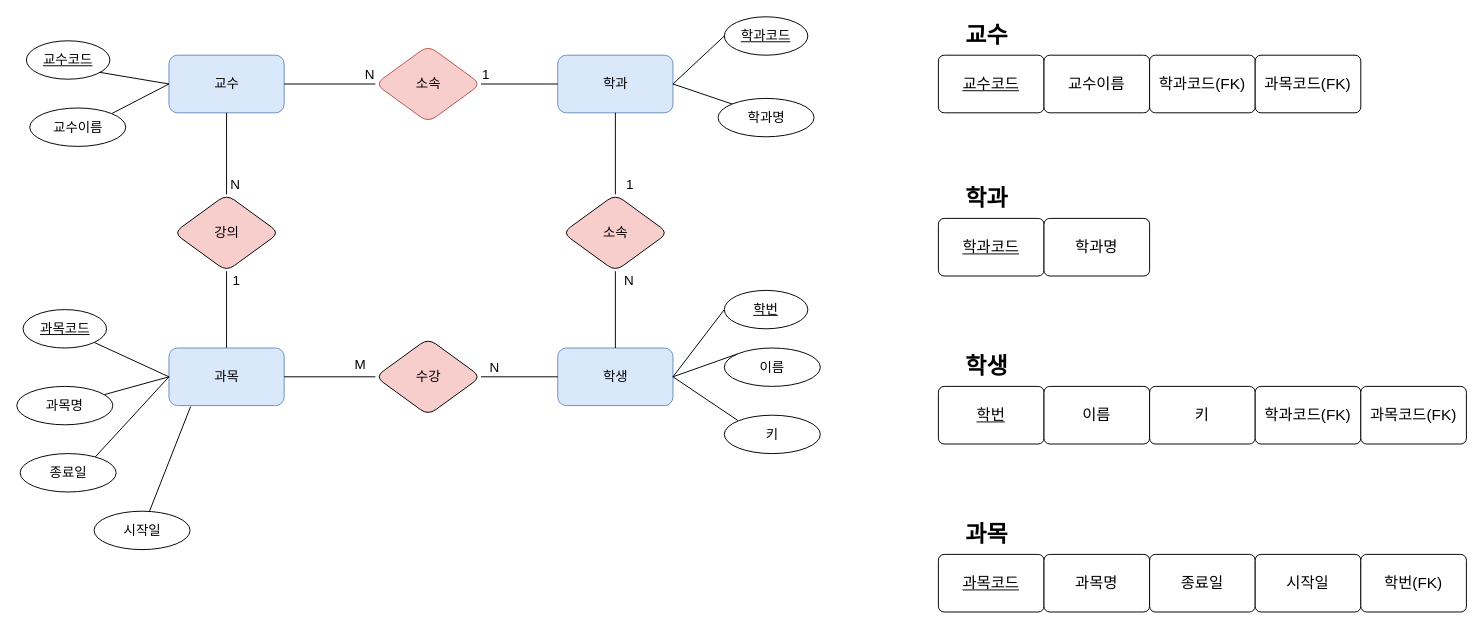
Earlier version of the draw.io diagram 제목 없는 다이어그램.drawio (kjwane/MySQL). Source tidied: cells renumbered, new cells numbered last; positions are measured from the earlier drawing's top-left corner, leaving out a move shared by most shapes. Both pictures are drawn from the tidied source at 96%, with x=0, y=0 at pixel (16, 16).
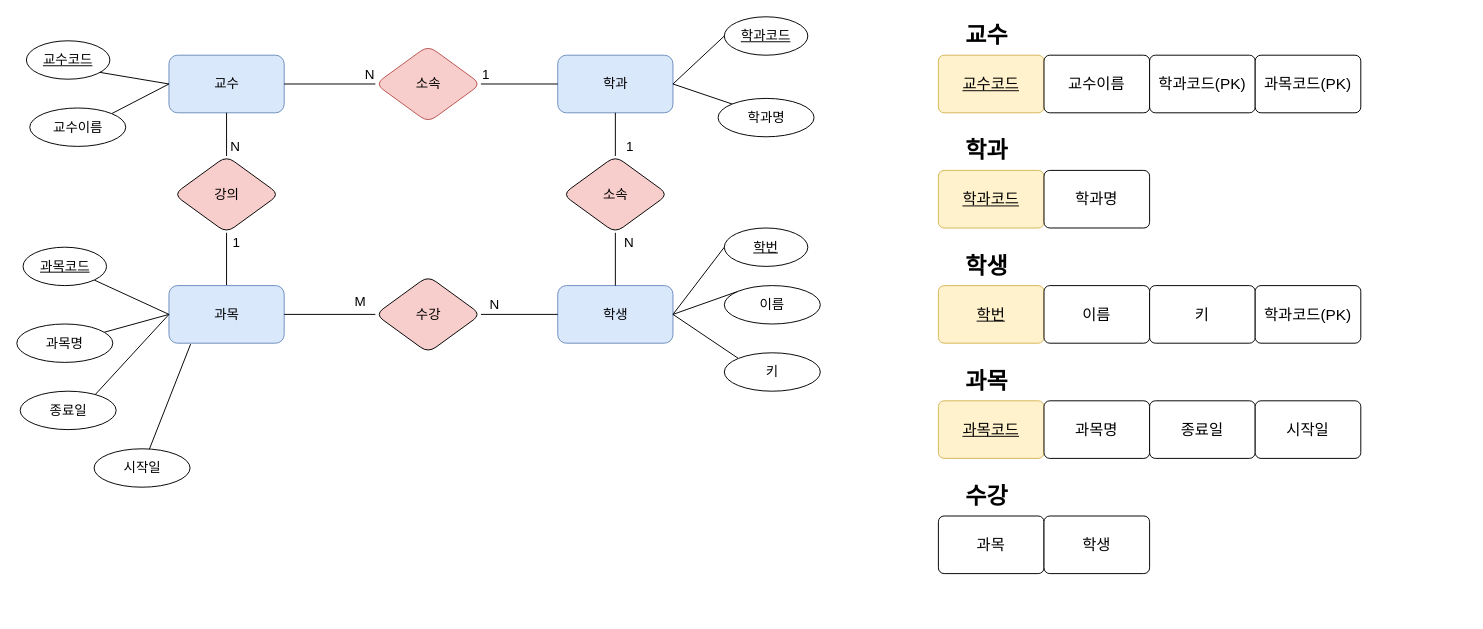
After the change.

Commit message (it also covers changes not shown here):
제목 없는 다이어그램.drawio 업데이트

The change refers to these unchanged cells:
```xml
<mxCell id="2" value="교수" style="rounded=1;whiteSpace=wrap;html=1;fontSize=14;fillColor=#dae8fc;strokeColor=#6c8ebf;" parent="1" vertex="1">
  <mxGeometry x="158.5" y="40" width="120" height="60" as="geometry" />
</mxCell>
<mxCell id="3" value="학과" style="rounded=1;whiteSpace=wrap;html=1;fontSize=14;fillColor=#dae8fc;strokeColor=#6c8ebf;" parent="1" vertex="1">
  <mxGeometry x="563.5" y="40" width="120" height="60" as="geometry" />
</mxCell>
```

Change to the diagram source:
```diff
@@
     <mxCell id="13" value="학생" style="rounded=1;whiteSpace=wrap;html=1;fontSize=14;fillColor=#dae8fc;strokeColor=#6c8ebf;" parent="1" vertex="1">
-      <mxGeometry x="563.5" y="345" width="120" height="60" as="geometry" />
+      <mxGeometry x="563.5" y="280" width="120" height="60" as="geometry" />
     </mxCell>
@@
     <mxCell id="16" value="학번" style="ellipse;whiteSpace=wrap;html=1;align=center;fontStyle=4;fontSize=14;rounded=1;" parent="1" vertex="1">
-      <mxGeometry x="737" y="285" width="87" height="40" as="geometry" />
+      <mxGeometry x="737" y="220" width="87" height="40" as="geometry" />
     </mxCell>
     <mxCell id="17" value="키" style="ellipse;whiteSpace=wrap;html=1;align=center;fontSize=14;rounded=1;" parent="1" vertex="1">
-      <mxGeometry x="737" y="415" width="100" height="40" as="geometry" />
+      <mxGeometry x="737" y="350" width="100" height="40" as="geometry" />
     </mxCell>
@@
     <mxCell id="19" value="이름" style="ellipse;whiteSpace=wrap;html=1;align=center;fontSize=14;rounded=1;" parent="1" vertex="1">
-      <mxGeometry x="737" y="345" width="100" height="40" as="geometry" />
+      <mxGeometry x="737" y="280" width="100" height="40" as="geometry" />
     </mxCell>
     <mxCell id="20" value="소속" style="rhombus;whiteSpace=wrap;html=1;fillColor=#f8cecc;fontSize=14;rounded=1;" parent="1" vertex="1">
-      <mxGeometry x="568.5" y="185" width="110" height="80" as="geometry" />
+      <mxGeometry x="568.5" y="145" width="110" height="80" as="geometry" />
     </mxCell>
-    <mxCell id="21" style="endArrow=none;html=1;rounded=1;exitX=0.5;exitY=0;exitDx=0;exitDy=0;entryX=0.5;entryY=1;entryDx=0;entryDy=0;fontSize=14;" parent="1" edge="1" source="13" target="20">
+    <mxCell id="21" style="endArrow=none;html=1;rounded=1;exitX=0.5;exitY=0;exitDx=0;exitDy=0;fontSize=14;" parent="1" edge="1" source="13" target="20">
       <mxGeometry relative="1" as="geometry" />
     </mxCell>
@@
-    <mxCell id="23" style="endArrow=none;html=1;rounded=1;entryX=0.5;entryY=0;entryDx=0;entryDy=0;exitX=0.5;exitY=1;exitDx=0;exitDy=0;fontSize=14;" parent="1" edge="1" source="3" target="20">
+    <mxCell id="23" style="endArrow=none;html=1;rounded=1;entryX=0.5;entryY=0;entryDx=0;entryDy=0;fontSize=14;" parent="1" edge="1" source="3" target="20">
       <mxGeometry relative="1" as="geometry" />
     </mxCell>
@@
     <mxCell id="25" value="강의" style="rhombus;whiteSpace=wrap;html=1;fillColor=#f8cecc;fontSize=14;rounded=1;" parent="1" vertex="1">
-      <mxGeometry x="163.5" y="185" width="110" height="80" as="geometry" />
+      <mxGeometry x="163.5" y="145" width="110" height="80" as="geometry" />
     </mxCell>
-    <mxCell id="26" style="endArrow=none;html=1;rounded=1;exitX=0.5;exitY=1;exitDx=0;exitDy=0;entryX=0.5;entryY=0;entryDx=0;entryDy=0;fontSize=14;" parent="1" edge="1" source="2" target="25">
+    <mxCell id="26" style="endArrow=none;html=1;rounded=1;fontSize=14;" parent="1" edge="1" source="2" target="25">
       <mxGeometry relative="1" as="geometry" />
     </mxCell>
@@
     <mxCell id="30" value="과목" style="rounded=1;whiteSpace=wrap;html=1;fontSize=14;fillColor=#dae8fc;strokeColor=#6c8ebf;" parent="1" vertex="1">
-      <mxGeometry x="158.5" y="345" width="120" height="60" as="geometry" />
+      <mxGeometry x="158.5" y="280" width="120" height="60" as="geometry" />
     </mxCell>
@@
     <mxCell id="33" value="과목코드" style="ellipse;whiteSpace=wrap;html=1;align=center;fontStyle=4;fontSize=14;rounded=1;" parent="1" vertex="1">
-      <mxGeometry x="6.5" y="305" width="87" height="40" as="geometry" />
+      <mxGeometry x="6.5" y="240" width="87" height="40" as="geometry" />
     </mxCell>
     <mxCell id="34" value="종료일" style="ellipse;whiteSpace=wrap;html=1;align=center;fontSize=14;rounded=1;" parent="1" vertex="1">
-      <mxGeometry x="3.5" y="455" width="100" height="40" as="geometry" />
+      <mxGeometry x="3.5" y="390" width="100" height="40" as="geometry" />
     </mxCell>
@@
     <mxCell id="36" value="과목명" style="ellipse;whiteSpace=wrap;html=1;align=center;fontSize=14;rounded=1;" parent="1" vertex="1">
-      <mxGeometry y="385" width="100" height="40" as="geometry" />
+      <mxGeometry y="320" width="100" height="40" as="geometry" />
     </mxCell>
     <mxCell id="37" value="수강" style="rhombus;whiteSpace=wrap;html=1;fillColor=#f8cecc;fontSize=14;rounded=1;" parent="1" vertex="1">
-      <mxGeometry x="373.5" y="335" width="110" height="80" as="geometry" />
+      <mxGeometry x="373.5" y="270" width="110" height="80" as="geometry" />
     </mxCell>
@@
     <mxCell id="42" value="시작일" style="ellipse;whiteSpace=wrap;html=1;align=center;fontSize=14;rounded=1;" parent="1" vertex="1">
-      <mxGeometry x="80.5" y="515" width="100" height="40" as="geometry" />
+      <mxGeometry x="80.5" y="450" width="100" height="40" as="geometry" />
     </mxCell>
@@
-    <mxCell id="48" value="&lt;u&gt;교수코드&lt;/u&gt;" style="rounded=1;arcSize=10;whiteSpace=wrap;html=1;align=center;fontSize=16;" parent="1" vertex="1">
+    <mxCell id="48" value="&lt;u&gt;교수코드&lt;/u&gt;" style="rounded=1;arcSize=10;whiteSpace=wrap;html=1;align=center;fontSize=16;fillColor=#fff2cc;strokeColor=#d6b656;" parent="1" vertex="1">
       <mxGeometry x="960" y="40" width="110" height="60" as="geometry" />
     </mxCell>
@@
-    <mxCell id="51" value="&lt;u&gt;학과코드&lt;/u&gt;" style="rounded=1;arcSize=10;whiteSpace=wrap;html=1;align=center;fontSize=16;" parent="1" vertex="1">
-      <mxGeometry x="960" y="210" width="110" height="60" as="geometry" />
+    <mxCell id="51" value="&lt;u&gt;학과코드&lt;/u&gt;" style="rounded=1;arcSize=10;whiteSpace=wrap;html=1;align=center;fontSize=16;fillColor=#fff2cc;strokeColor=#d6b656;" parent="1" vertex="1">
+      <mxGeometry x="960" y="160" width="110" height="60" as="geometry" />
     </mxCell>
     <mxCell id="52" value="학과" style="text;strokeColor=none;fillColor=none;html=1;fontSize=24;fontStyle=1;verticalAlign=middle;align=center;" parent="1" vertex="1">
-      <mxGeometry x="960" y="170" width="100" height="40" as="geometry" />
+      <mxGeometry x="960" y="120" width="100" height="40" as="geometry" />
     </mxCell>
     <mxCell id="53" value="학과명" style="rounded=1;arcSize=10;whiteSpace=wrap;html=1;align=center;fontSize=16;" parent="1" vertex="1">
-      <mxGeometry x="1070" y="210" width="110" height="60" as="geometry" />
+      <mxGeometry x="1070" y="160" width="110" height="60" as="geometry" />
     </mxCell>
-    <mxCell id="54" value="&lt;u&gt;학번&lt;/u&gt;" style="rounded=1;arcSize=10;whiteSpace=wrap;html=1;align=center;fontSize=16;" parent="1" vertex="1">
-      <mxGeometry x="960" y="385" width="110" height="60" as="geometry" />
+    <mxCell id="54" value="&lt;u&gt;학번&lt;/u&gt;" style="rounded=1;arcSize=10;whiteSpace=wrap;html=1;align=center;fontSize=16;fillColor=#fff2cc;strokeColor=#d6b656;" parent="1" vertex="1">
+      <mxGeometry x="960" y="280" width="110" height="60" as="geometry" />
     </mxCell>
     <mxCell id="55" value="학생" style="text;strokeColor=none;fillColor=none;html=1;fontSize=24;fontStyle=1;verticalAlign=middle;align=center;" parent="1" vertex="1">
-      <mxGeometry x="960" y="345" width="100" height="40" as="geometry" />
+      <mxGeometry x="960" y="240" width="100" height="40" as="geometry" />
     </mxCell>
     <mxCell id="56" value="이름" style="rounded=1;arcSize=10;whiteSpace=wrap;html=1;align=center;fontSize=16;" parent="1" vertex="1">
-      <mxGeometry x="1070" y="385" width="110" height="60" as="geometry" />
+      <mxGeometry x="1070" y="280" width="110" height="60" as="geometry" />
     </mxCell>
     <mxCell id="57" value="키" style="rounded=1;arcSize=10;whiteSpace=wrap;html=1;align=center;fontSize=16;" parent="1" vertex="1">
-      <mxGeometry x="1180" y="385" width="110" height="60" as="geometry" />
+      <mxGeometry x="1180" y="280" width="110" height="60" as="geometry" />
     </mxCell>
-    <mxCell id="58" value="&lt;u&gt;과목코드&lt;/u&gt;" style="rounded=1;arcSize=10;whiteSpace=wrap;html=1;align=center;fontSize=16;" parent="1" vertex="1">
-      <mxGeometry x="960" y="560" width="110" height="60" as="geometry" />
+    <mxCell id="58" value="&lt;u&gt;과목코드&lt;/u&gt;" style="rounded=1;arcSize=10;whiteSpace=wrap;html=1;align=center;fontSize=16;fillColor=#fff2cc;strokeColor=#d6b656;" parent="1" vertex="1">
+      <mxGeometry x="960" y="400" width="110" height="60" as="geometry" />
     </mxCell>
     <mxCell id="59" value="과목" style="text;strokeColor=none;fillColor=none;html=1;fontSize=24;fontStyle=1;verticalAlign=middle;align=center;" parent="1" vertex="1">
-      <mxGeometry x="960" y="520" width="100" height="40" as="geometry" />
+      <mxGeometry x="960" y="360" width="100" height="40" as="geometry" />
     </mxCell>
     <mxCell id="60" value="과목명" style="rounded=1;arcSize=10;whiteSpace=wrap;html=1;align=center;fontSize=16;" parent="1" vertex="1">
-      <mxGeometry x="1070" y="560" width="110" height="60" as="geometry" />
+      <mxGeometry x="1070" y="400" width="110" height="60" as="geometry" />
     </mxCell>
     <mxCell id="61" value="종료일" style="rounded=1;arcSize=10;whiteSpace=wrap;html=1;align=center;fontSize=16;" parent="1" vertex="1">
-      <mxGeometry x="1180" y="560" width="110" height="60" as="geometry" />
+      <mxGeometry x="1180" y="400" width="110" height="60" as="geometry" />
     </mxCell>
     <mxCell id="62" value="시작일" style="rounded=1;arcSize=10;whiteSpace=wrap;html=1;align=center;fontSize=16;" parent="1" vertex="1">
-      <mxGeometry x="1290" y="560" width="110" height="60" as="geometry" />
+      <mxGeometry x="1290" y="400" width="110" height="60" as="geometry" />
     </mxCell>
-    <mxCell id="63" value="학과코드(FK)" style="rounded=1;arcSize=10;whiteSpace=wrap;html=1;align=center;fontSize=16;" parent="1" vertex="1">
+    <mxCell id="63" value="학과코드(PK)" style="rounded=1;arcSize=10;whiteSpace=wrap;html=1;align=center;fontSize=16;" parent="1" vertex="1">
       <mxGeometry x="1180" y="40" width="110" height="60" as="geometry" />
     </mxCell>
-    <mxCell id="64" value="학과코드(FK)" style="rounded=1;arcSize=10;whiteSpace=wrap;html=1;align=center;fontSize=16;" parent="1" vertex="1">
-      <mxGeometry x="1290" y="385" width="110" height="60" as="geometry" />
+    <mxCell id="64" value="학과코드(PK)" style="rounded=1;arcSize=10;whiteSpace=wrap;html=1;align=center;fontSize=16;" parent="1" vertex="1">
+      <mxGeometry x="1290" y="280" width="110" height="60" as="geometry" />
     </mxCell>
-    <mxCell id="65" value="과목코드(FK)" style="rounded=1;arcSize=10;whiteSpace=wrap;html=1;align=center;fontSize=16;" parent="1" vertex="1">
+    <mxCell id="65" value="과목코드(PK)" style="rounded=1;arcSize=10;whiteSpace=wrap;html=1;align=center;fontSize=16;" parent="1" vertex="1">
       <mxGeometry x="1290" y="40" width="110" height="60" as="geometry" />
     </mxCell>
-    <mxCell id="66" value="학번(FK)" style="rounded=1;arcSize=10;whiteSpace=wrap;html=1;align=center;fontSize=16;" parent="1" vertex="1">
-      <mxGeometry x="1400" y="560" width="110" height="60" as="geometry" />
-    </mxCell>
-    <mxCell id="67" value="과목코드(FK)" style="rounded=1;arcSize=10;whiteSpace=wrap;html=1;align=center;fontSize=16;" parent="1" vertex="1">
-      <mxGeometry x="1400" y="385" width="110" height="60" as="geometry" />
-    </mxCell>
+    <mxCell id="68" value="과목" style="rounded=1;arcSize=10;whiteSpace=wrap;html=1;align=center;fontSize=16;" parent="1" vertex="1">
+      <mxGeometry x="960" y="520" width="110" height="60" as="geometry" />
+    </mxCell>
+    <mxCell id="69" value="수강" style="text;strokeColor=none;fillColor=none;html=1;fontSize=24;fontStyle=1;verticalAlign=middle;align=center;" parent="1" vertex="1">
+      <mxGeometry x="960" y="480" width="100" height="40" as="geometry" />
+    </mxCell>
+    <mxCell id="70" value="학생" style="rounded=1;arcSize=10;whiteSpace=wrap;html=1;align=center;fontSize=16;" parent="1" vertex="1">
+      <mxGeometry x="1070" y="520" width="110" height="60" as="geometry" />
+    </mxCell>
```
